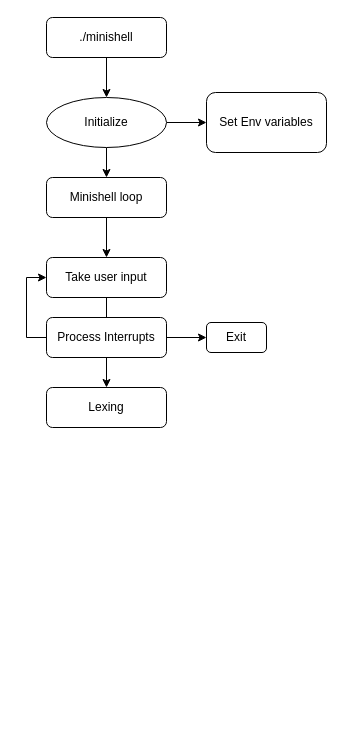
The draw.io diagram docs/Minishell.drawio in moop250/minishell, before the edit. Source tidied: cells renumbered, new cells numbered last; positions are measured from the earlier drawing's top-left corner, leaving out a move shared by most shapes. Both pictures are drawn from the tidied source at 100%, with x=0, y=0 at pixel (26, 17).
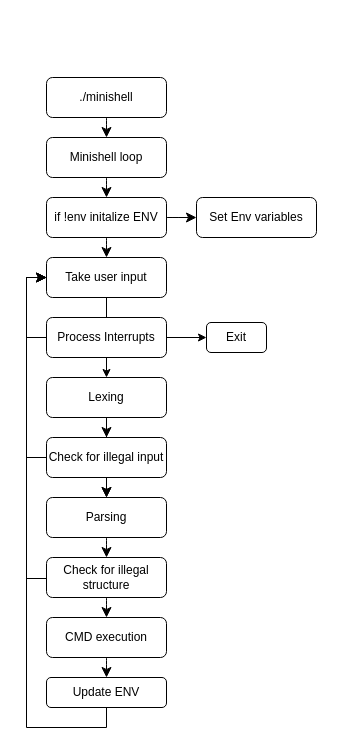
After the change.

Unchanged cells that the change refers to:
```xml
<mxCell id="11" value="Take user input" style="rounded=1;whiteSpace=wrap;html=1;" parent="1" vertex="1">
  <mxGeometry x="20" y="240" width="120" height="40" as="geometry" />
</mxCell>
<mxCell id="15" value="Process Interrupts" style="rounded=1;whiteSpace=wrap;html=1;" parent="1" vertex="1">
  <mxGeometry x="20" y="300" width="120" height="40" as="geometry" />
</mxCell>
```

What changed in the source:
```diff
@@
-    <mxCell id="2" style="edgeStyle=orthogonalEdgeStyle;rounded=0;jettySize=auto;html=1;entryX=0.5;entryY=0;entryDx=0;entryDy=0;" parent="1" edge="1" source="3" target="6">
-      <mxGeometry relative="1" as="geometry" />
-    </mxCell>
+    <mxCell id="17" style="edgeStyle=none;curved=1;rounded=0;jettySize=auto;html=1;fontSize=12;startSize=8;endSize=8;" parent="1" edge="1" source="3" target="9">
+      <mxGeometry relative="1" as="geometry" />
+    </mxCell>
     <mxCell id="3" value="./minishell" style="rounded=1;whiteSpace=wrap;html=1;fontSize=12;glass=0;strokeWidth=1;shadow=0;" parent="1" vertex="1">
-      <mxGeometry x="20" width="120" height="40" as="geometry" />
+      <mxGeometry x="20" y="60" width="120" height="40" as="geometry" />
     </mxCell>
-    <mxCell id="4" style="edgeStyle=orthogonalEdgeStyle;rounded=0;jettySize=auto;html=1;" parent="1" edge="1" source="6" target="7">
-      <mxGeometry relative="1" as="geometry" />
-    </mxCell>
-    <mxCell id="5" style="edgeStyle=orthogonalEdgeStyle;rounded=0;jettySize=auto;html=1;" parent="1" edge="1" source="6" target="9">
-      <mxGeometry relative="1" as="geometry" />
-    </mxCell>
-    <mxCell id="6" value="Initialize" style="ellipse;whiteSpace=wrap;html=1;" parent="1" vertex="1">
-      <mxGeometry x="20" y="80" width="120" height="50" as="geometry" />
-    </mxCell>
     <mxCell id="7" value="Set Env variables" style="rounded=1;whiteSpace=wrap;html=1;" parent="1" vertex="1">
-      <mxGeometry x="180" y="75" width="120" height="60" as="geometry" />
+      <mxGeometry x="170" y="180" width="120" height="40" as="geometry" />
     </mxCell>
-    <mxCell id="8" style="edgeStyle=orthogonalEdgeStyle;rounded=0;jettySize=auto;html=1;entryX=0.5;entryY=0;entryDx=0;entryDy=0;" parent="1" edge="1" source="9" target="11">
-      <mxGeometry relative="1" as="geometry" />
-    </mxCell>
+    <mxCell id="18" style="edgeStyle=none;curved=1;rounded=0;jettySize=auto;html=1;fontSize=12;startSize=8;endSize=8;" parent="1" edge="1" source="9" target="35">
+      <mxGeometry relative="1" as="geometry" />
+    </mxCell>
     <mxCell id="9" value="Minishell loop" style="rounded=1;whiteSpace=wrap;html=1;" parent="1" vertex="1">
-      <mxGeometry x="20" y="160" width="120" height="40" as="geometry" />
+      <mxGeometry x="20" y="120" width="120" height="40" as="geometry" />
     </mxCell>
@@
+    <mxCell id="19" style="edgeStyle=none;curved=1;rounded=0;jettySize=auto;html=1;fontSize=12;startSize=8;endSize=8;" parent="1" edge="1" source="12" target="23">
+      <mxGeometry relative="1" as="geometry" />
+    </mxCell>
+    <mxCell id="20" style="edgeStyle=none;curved=1;rounded=0;jettySize=auto;html=1;fontSize=12;startSize=8;endSize=8;" parent="1" edge="1" source="25" target="23">
+      <mxGeometry relative="1" as="geometry" />
+    </mxCell>
     <mxCell id="12" value="Lexing" style="rounded=1;whiteSpace=wrap;html=1;" parent="1" vertex="1">
-      <mxGeometry x="20" y="370" width="120" height="40" as="geometry" />
+      <mxGeometry x="20" y="360" width="120" height="40" as="geometry" />
     </mxCell>
-    <mxCell id="13" style="edgeStyle=orthogonalEdgeStyle;rounded=0;jettySize=auto;html=1;entryX=0;entryY=0.5;entryDx=0;entryDy=0;" parent="1" edge="1" source="15" target="11">
+    <mxCell id="13" style="edgeStyle=orthogonalEdgeStyle;rounded=0;jettySize=auto;html=1;" parent="1" edge="1" source="25" target="11">
       <mxGeometry relative="1" as="geometry">
         <Array as="points">
-          <mxPoint y="320" />
+          <mxPoint y="440" />
           <mxPoint y="260" />
         </Array>
       </mxGeometry>
     </mxCell>
@@
+    <mxCell id="21" style="edgeStyle=orthogonalEdgeStyle;rounded=0;jettySize=auto;html=1;exitX=0;exitY=0.5;exitDx=0;exitDy=0;fontSize=12;startSize=8;endSize=8;entryX=0;entryY=0.5;entryDx=0;entryDy=0;" parent="1" edge="1" source="15" target="11">
+      <mxGeometry relative="1" as="geometry">
+        <Array as="points">
+          <mxPoint y="320" />
+          <mxPoint y="260" />
+        </Array>
+      </mxGeometry>
+    </mxCell>
@@
+    <mxCell id="22" style="edgeStyle=none;curved=1;rounded=0;jettySize=auto;html=1;fontSize=12;startSize=8;endSize=8;" parent="1" edge="1" source="23" target="28">
+      <mxGeometry relative="1" as="geometry" />
+    </mxCell>
+    <mxCell id="23" value="Parsing" style="whiteSpace=wrap;html=1;rounded=1;" parent="1" vertex="1">
+      <mxGeometry x="20" y="480" width="120" height="40" as="geometry" />
+    </mxCell>
+    <mxCell id="24" style="edgeStyle=none;curved=1;rounded=0;jettySize=auto;html=1;fontSize=12;startSize=8;endSize=8;" parent="1" edge="1" source="12" target="25">
+      <mxGeometry relative="1" as="geometry" />
+    </mxCell>
+    <mxCell id="25" value="Check for illegal input" style="rounded=1;whiteSpace=wrap;html=1;" parent="1" vertex="1">
+      <mxGeometry x="20" y="420" width="120" height="40" as="geometry" />
+    </mxCell>
+    <mxCell id="26" style="edgeStyle=orthogonalEdgeStyle;rounded=0;jettySize=auto;html=1;fontSize=12;startSize=8;endSize=8;" parent="1" edge="1" source="28" target="11">
+      <mxGeometry relative="1" as="geometry">
+        <Array as="points">
+          <mxPoint y="561" />
+          <mxPoint y="260" />
+        </Array>
+      </mxGeometry>
+    </mxCell>
+    <mxCell id="27" style="edgeStyle=none;curved=1;rounded=0;jettySize=auto;html=1;fontSize=12;startSize=8;endSize=8;" parent="1" edge="1" source="28" target="31">
+      <mxGeometry relative="1" as="geometry" />
+    </mxCell>
+    <mxCell id="28" value="Check for illegal structure" style="whiteSpace=wrap;html=1;rounded=1;" parent="1" vertex="1">
+      <mxGeometry x="20" y="540" width="120" height="40" as="geometry" />
+    </mxCell>
+    <mxCell id="29" style="edgeStyle=orthogonalEdgeStyle;rounded=0;jettySize=auto;html=1;fontSize=12;startSize=8;endSize=8;exitX=0.5;exitY=1;exitDx=0;exitDy=0;" parent="1" edge="1" source="32" target="11">
+      <mxGeometry relative="1" as="geometry">
+        <Array as="points">
+          <mxPoint x="80" y="710" />
+          <mxPoint y="710" />
+          <mxPoint y="260" />
+        </Array>
+      </mxGeometry>
+    </mxCell>
+    <mxCell id="30" style="edgeStyle=none;curved=1;rounded=0;jettySize=auto;html=1;fontSize=12;startSize=8;endSize=8;" parent="1" edge="1" source="31" target="32">
+      <mxGeometry relative="1" as="geometry" />
+    </mxCell>
+    <mxCell id="31" value="CMD execution" style="whiteSpace=wrap;html=1;rounded=1;" parent="1" vertex="1">
+      <mxGeometry x="20" y="600" width="120" height="40" as="geometry" />
+    </mxCell>
+    <mxCell id="32" value="Update ENV" style="rounded=1;whiteSpace=wrap;html=1;" parent="1" vertex="1">
+      <mxGeometry x="20" y="660" width="120" height="30" as="geometry" />
+    </mxCell>
+    <mxCell id="33" style="edgeStyle=none;curved=1;rounded=0;jettySize=auto;html=1;fontSize=12;startSize=8;endSize=8;" parent="1" edge="1" source="35" target="11">
+      <mxGeometry relative="1" as="geometry" />
+    </mxCell>
+    <mxCell id="34" style="edgeStyle=none;curved=1;rounded=0;jettySize=auto;html=1;fontSize=12;startSize=8;endSize=8;" parent="1" edge="1" source="35" target="7">
+      <mxGeometry relative="1" as="geometry" />
+    </mxCell>
+    <mxCell id="35" value="if !env initalize ENV" style="rounded=1;whiteSpace=wrap;html=1;" parent="1" vertex="1">
+      <mxGeometry x="20" y="180" width="120" height="40" as="geometry" />
+    </mxCell>
+    <mxCell id="36" style="edgeStyle=none;curved=1;rounded=0;orthogonalLoop=1;jettySize=auto;html=1;exitX=0.5;exitY=0;exitDx=0;exitDy=0;fontSize=12;startSize=8;endSize=8;" parent="1" edge="1" source="7" target="7">
+      <mxGeometry relative="1" as="geometry" />
+    </mxCell>
```
